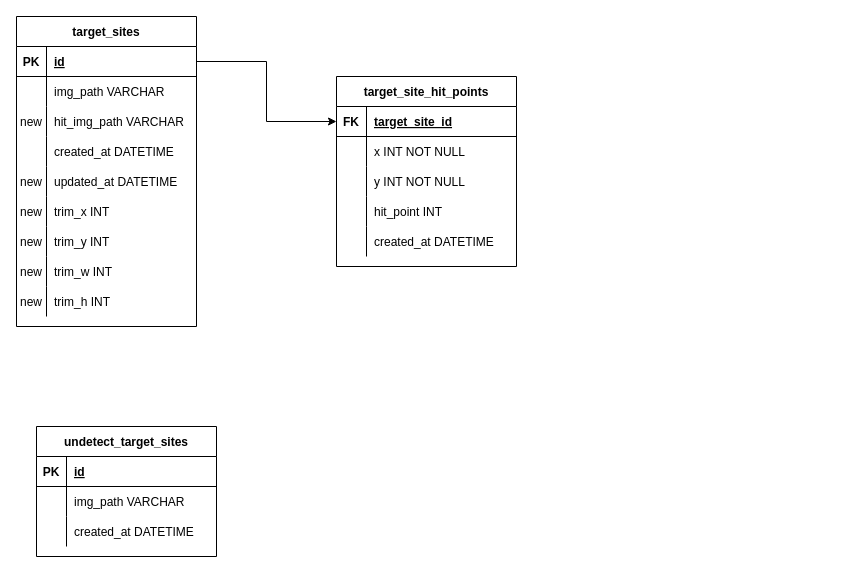
This is page "ap2n-db struct" (2 of 2) of ap2n-flow.drawio from GTech9971/ApocalypseNow, a draw.io file, before an edit. Source tidied: cells renumbered, new cells numbered last; positions are measured from the earlier drawing's top-left corner, leaving out a move shared by most shapes. Both pictures are drawn from the tidied source at 100%, with x=0, y=0 at pixel (16, 16).
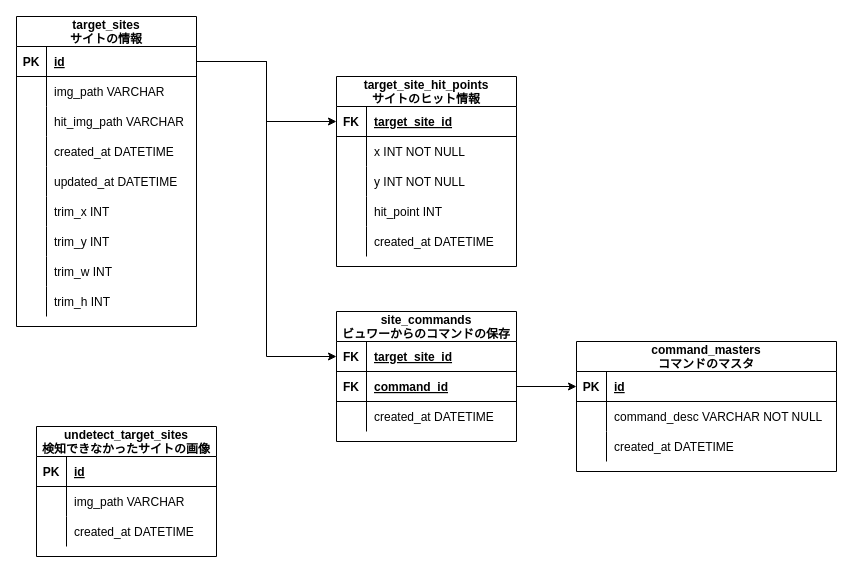
The same diagram, later.

Unchanged cells that the change refers to:
```xml
<mxCell id="3" style="shape=tableRow;horizontal=0;startSize=0;swimlaneHead=0;swimlaneBody=0;fillColor=none;points=[[0,0.5],[1,0.5]];portConstraint=eastwest;top=0;left=0;right=0;bottom=1;" parent="2" vertex="1">
  <mxGeometry y="30" width="180" height="30" as="geometry" />
</mxCell>
<mxCell id="9" style="shape=tableRow;horizontal=0;startSize=0;swimlaneHead=0;swimlaneBody=0;fillColor=none;top=0;left=0;right=0;bottom=0;" parent="2" vertex="1">
  <mxGeometry y="90" width="180" height="30" as="geometry" />
</mxCell>
<mxCell id="15" style="shape=tableRow;horizontal=0;startSize=0;swimlaneHead=0;swimlaneBody=0;fillColor=none;top=0;left=0;right=0;bottom=0;" parent="2" vertex="1">
  <mxGeometry y="150" width="180" height="30" as="geometry" />
</mxCell>
<mxCell id="18" style="shape=tableRow;horizontal=0;startSize=0;swimlaneHead=0;swimlaneBody=0;fillColor=none;top=0;left=0;right=0;bottom=0;" parent="2" vertex="1">
  <mxGeometry y="180" width="180" height="30" as="geometry" />
</mxCell>
<mxCell id="21" style="shape=tableRow;horizontal=0;startSize=0;swimlaneHead=0;swimlaneBody=0;fillColor=none;top=0;left=0;right=0;bottom=0;" parent="2" vertex="1">
  <mxGeometry y="210" width="180" height="30" as="geometry" />
</mxCell>
<mxCell id="24" style="shape=tableRow;horizontal=0;startSize=0;swimlaneHead=0;swimlaneBody=0;fillColor=none;top=0;left=0;right=0;bottom=0;" parent="2" vertex="1">
  <mxGeometry y="240" width="180" height="30" as="geometry" />
</mxCell>
<mxCell id="27" style="shape=tableRow;horizontal=0;startSize=0;swimlaneHead=0;swimlaneBody=0;fillColor=none;top=0;left=0;right=0;bottom=0;" parent="2" vertex="1">
  <mxGeometry y="270" width="180" height="30" as="geometry" />
</mxCell>
```

Change to the diagram source:
```diff
@@
-    <mxCell id="2" value="target_sites" style="shape=table;startSize=30;childLayout=tableLayout;rowLines=0;fontStyle=1;align=center;" parent="1" vertex="1">
+    <mxCell id="2" value="target_sites&#10;サイトの情報" style="shape=table;startSize=30;childLayout=tableLayout;rowLines=0;fontStyle=1;align=center;" parent="1" vertex="1">
       <mxGeometry width="180" height="310" as="geometry" />
     </mxCell>
@@
-    <mxCell id="10" value="new" style="shape=partialRectangle;fillColor=none;top=0;left=0;bottom=0;right=0;overflow=hidden;" parent="9" vertex="1">
+    <mxCell id="10" style="shape=partialRectangle;fillColor=none;top=0;left=0;bottom=0;right=0;overflow=hidden;" parent="9" vertex="1">
       <mxGeometry width="30" height="30" as="geometry" />
     </mxCell>
@@
-    <mxCell id="16" value="new" style="shape=partialRectangle;fillColor=none;top=0;left=0;bottom=0;right=0;overflow=hidden;" parent="15" vertex="1">
+    <mxCell id="16" style="shape=partialRectangle;fillColor=none;top=0;left=0;bottom=0;right=0;overflow=hidden;" parent="15" vertex="1">
       <mxGeometry width="30" height="30" as="geometry" />
     </mxCell>
@@
-    <mxCell id="19" value="new" style="shape=partialRectangle;fillColor=none;top=0;left=0;bottom=0;right=0;overflow=hidden;" parent="18" vertex="1">
+    <mxCell id="19" style="shape=partialRectangle;fillColor=none;top=0;left=0;bottom=0;right=0;overflow=hidden;" parent="18" vertex="1">
       <mxGeometry width="30" height="30" as="geometry" />
     </mxCell>
@@
-    <mxCell id="22" value="new" style="shape=partialRectangle;fillColor=none;top=0;left=0;bottom=0;right=0;overflow=hidden;" parent="21" vertex="1">
+    <mxCell id="22" style="shape=partialRectangle;fillColor=none;top=0;left=0;bottom=0;right=0;overflow=hidden;" parent="21" vertex="1">
       <mxGeometry width="30" height="30" as="geometry" />
     </mxCell>
@@
-    <mxCell id="25" value="new" style="shape=partialRectangle;fillColor=none;top=0;left=0;bottom=0;right=0;overflow=hidden;" parent="24" vertex="1">
+    <mxCell id="25" style="shape=partialRectangle;fillColor=none;top=0;left=0;bottom=0;right=0;overflow=hidden;" parent="24" vertex="1">
       <mxGeometry width="30" height="30" as="geometry" />
     </mxCell>
@@
-    <mxCell id="28" value="new" style="shape=partialRectangle;fillColor=none;top=0;left=0;bottom=0;right=0;overflow=hidden;" parent="27" vertex="1">
+    <mxCell id="28" style="shape=partialRectangle;fillColor=none;top=0;left=0;bottom=0;right=0;overflow=hidden;" parent="27" vertex="1">
       <mxGeometry width="30" height="30" as="geometry" />
     </mxCell>
@@
-    <mxCell id="30" value="target_site_hit_points" style="shape=table;startSize=30;childLayout=tableLayout;rowLines=0;fontStyle=1;align=center;" parent="1" vertex="1">
+    <mxCell id="30" value="target_site_hit_points&#10;サイトのヒット情報" style="shape=table;startSize=30;childLayout=tableLayout;rowLines=0;fontStyle=1;align=center;" parent="1" vertex="1">
       <mxGeometry x="320" y="60" width="180" height="190" as="geometry" />
     </mxCell>
@@
-    <mxCell id="47" value="undetect_target_sites" style="shape=table;startSize=30;childLayout=tableLayout;rowLines=0;fontStyle=1;align=center;" parent="1" vertex="1">
+    <mxCell id="47" value="undetect_target_sites&#10;検知できなかったサイトの画像" style="shape=table;startSize=30;childLayout=tableLayout;rowLines=0;fontStyle=1;align=center;" parent="1" vertex="1">
       <mxGeometry x="20" y="410" width="180" height="130" as="geometry" />
     </mxCell>
@@
+    <mxCell id="57" value="site_commands&#10;ビュワーからのコマンドの保存" style="shape=table;startSize=30;childLayout=tableLayout;rowLines=0;fontStyle=1;align=center;" parent="1" vertex="1">
+      <mxGeometry x="320" y="295" width="180" height="130" as="geometry" />
+    </mxCell>
+    <mxCell id="58" style="shape=tableRow;horizontal=0;startSize=0;swimlaneHead=0;swimlaneBody=0;fillColor=none;points=[[0,0.5],[1,0.5]];portConstraint=eastwest;top=0;left=0;right=0;bottom=1;" parent="57" vertex="1">
+      <mxGeometry y="30" width="180" height="30" as="geometry" />
+    </mxCell>
+    <mxCell id="59" value="FK" style="shape=partialRectangle;fillColor=none;top=0;left=0;bottom=0;right=0;fontStyle=1;overflow=hidden;" parent="58" vertex="1">
+      <mxGeometry width="30" height="30" as="geometry" />
+    </mxCell>
+    <mxCell id="60" value="target_site_id" style="shape=partialRectangle;fillColor=none;top=0;left=0;bottom=0;right=0;align=left;spacingLeft=6;fontStyle=5;overflow=hidden;" parent="58" vertex="1">
+      <mxGeometry x="30" width="150" height="30" as="geometry" />
+    </mxCell>
+    <mxCell id="61" style="shape=tableRow;horizontal=0;startSize=0;swimlaneHead=0;swimlaneBody=0;fillColor=none;points=[[0,0.5],[1,0.5]];portConstraint=eastwest;top=0;left=0;right=0;bottom=0;" parent="57" vertex="1">
+      <mxGeometry y="60" width="180" height="30" as="geometry" />
+    </mxCell>
+    <mxCell id="62" value="FK" style="shape=partialRectangle;fillColor=none;top=0;left=0;bottom=1;right=0;overflow=hidden;fontStyle=1;labelBorderColor=none;perimeterSpacing=0;" parent="61" vertex="1">
+      <mxGeometry width="30" height="30" as="geometry" />
+    </mxCell>
+    <mxCell id="63" value="command_id" style="shape=partialRectangle;fillColor=none;top=0;left=0;bottom=1;right=0;align=left;spacingLeft=6;overflow=hidden;fontStyle=5;labelBorderColor=none;" parent="61" vertex="1">
+      <mxGeometry x="30" width="150" height="30" as="geometry" />
+    </mxCell>
+    <mxCell id="64" style="shape=tableRow;horizontal=0;startSize=0;swimlaneHead=0;swimlaneBody=0;fillColor=none;top=0;left=0;right=0;bottom=0;" parent="57" vertex="1">
+      <mxGeometry y="90" width="180" height="30" as="geometry" />
+    </mxCell>
+    <mxCell id="65" style="shape=partialRectangle;fillColor=none;top=0;left=0;bottom=0;right=0;overflow=hidden;" parent="64" vertex="1">
+      <mxGeometry width="30" height="30" as="geometry" />
+    </mxCell>
+    <mxCell id="66" value="created_at DATETIME" style="shape=partialRectangle;fillColor=none;top=0;left=0;bottom=0;right=0;align=left;spacingLeft=6;overflow=hidden;" parent="64" vertex="1">
+      <mxGeometry x="30" width="150" height="30" as="geometry" />
+    </mxCell>
+    <mxCell id="67" style="edgeStyle=orthogonalEdgeStyle;rounded=0;jettySize=auto;html=1;entryX=0;entryY=0.5;entryDx=0;entryDy=0;" parent="1" edge="1" source="3" target="58">
+      <mxGeometry relative="1" as="geometry" />
+    </mxCell>
+    <mxCell id="68" value="command_masters&#10;コマンドのマスタ" style="shape=table;startSize=30;childLayout=tableLayout;rowLines=0;fontStyle=1;align=center;" parent="1" vertex="1">
+      <mxGeometry x="560" y="325" width="260" height="130" as="geometry" />
+    </mxCell>
+    <mxCell id="69" style="shape=tableRow;horizontal=0;startSize=0;swimlaneHead=0;swimlaneBody=0;fillColor=none;points=[[0,0.5],[1,0.5]];portConstraint=eastwest;top=0;left=0;right=0;bottom=1;" parent="68" vertex="1">
+      <mxGeometry y="30" width="260" height="30" as="geometry" />
+    </mxCell>
+    <mxCell id="70" value="PK" style="shape=partialRectangle;fillColor=none;top=0;left=0;bottom=0;right=0;fontStyle=1;overflow=hidden;" parent="69" vertex="1">
+      <mxGeometry width="30" height="30" as="geometry" />
+    </mxCell>
+    <mxCell id="71" value="id" style="shape=partialRectangle;fillColor=none;top=0;left=0;bottom=0;right=0;align=left;spacingLeft=6;fontStyle=5;overflow=hidden;" parent="69" vertex="1">
+      <mxGeometry x="30" width="230" height="30" as="geometry" />
+    </mxCell>
+    <mxCell id="72" style="shape=tableRow;horizontal=0;startSize=0;swimlaneHead=0;swimlaneBody=0;fillColor=none;top=0;left=0;right=0;bottom=0;" parent="68" vertex="1">
+      <mxGeometry y="60" width="260" height="30" as="geometry" />
+    </mxCell>
+    <mxCell id="73" style="shape=partialRectangle;fillColor=none;top=0;left=0;bottom=0;right=0;overflow=hidden;" parent="72" vertex="1">
+      <mxGeometry width="30" height="30" as="geometry" />
+    </mxCell>
+    <mxCell id="74" value="command_desc VARCHAR NOT NULL" style="shape=partialRectangle;fillColor=none;top=0;left=0;bottom=0;right=0;align=left;spacingLeft=6;overflow=hidden;" parent="72" vertex="1">
+      <mxGeometry x="30" width="230" height="30" as="geometry" />
+    </mxCell>
+    <mxCell id="75" style="shape=tableRow;horizontal=0;startSize=0;swimlaneHead=0;swimlaneBody=0;fillColor=none;top=0;left=0;right=0;bottom=0;" parent="68" vertex="1">
+      <mxGeometry y="90" width="260" height="30" as="geometry" />
+    </mxCell>
+    <mxCell id="76" style="shape=partialRectangle;fillColor=none;top=0;left=0;bottom=0;right=0;overflow=hidden;" parent="75" vertex="1">
+      <mxGeometry width="30" height="30" as="geometry" />
+    </mxCell>
+    <mxCell id="77" value="created_at DATETIME" style="shape=partialRectangle;fillColor=none;top=0;left=0;bottom=0;right=0;align=left;spacingLeft=6;overflow=hidden;" parent="75" vertex="1">
+      <mxGeometry x="30" width="230" height="30" as="geometry" />
+    </mxCell>
+    <mxCell id="78" style="edgeStyle=orthogonalEdgeStyle;rounded=0;jettySize=auto;html=1;entryX=0;entryY=0.5;entryDx=0;entryDy=0;" parent="1" edge="1" source="61" target="69">
+      <mxGeometry relative="1" as="geometry" />
+    </mxCell>
```
